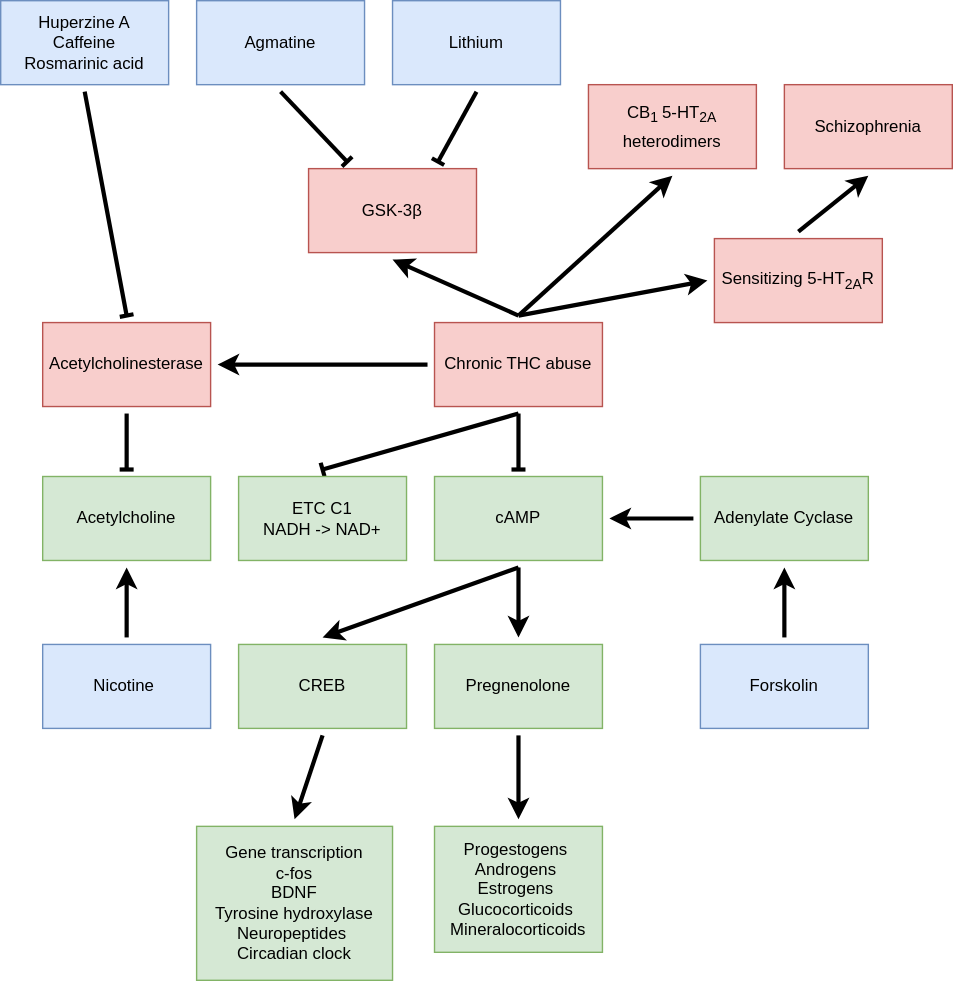
The draw.io diagram chronic-thc-chart.svg in deffins/testchart, before a commit. Source tidied: cells renumbered, new cells last; positions are measured from the earlier drawing's top-left corner, leaving out a move shared by most shapes.
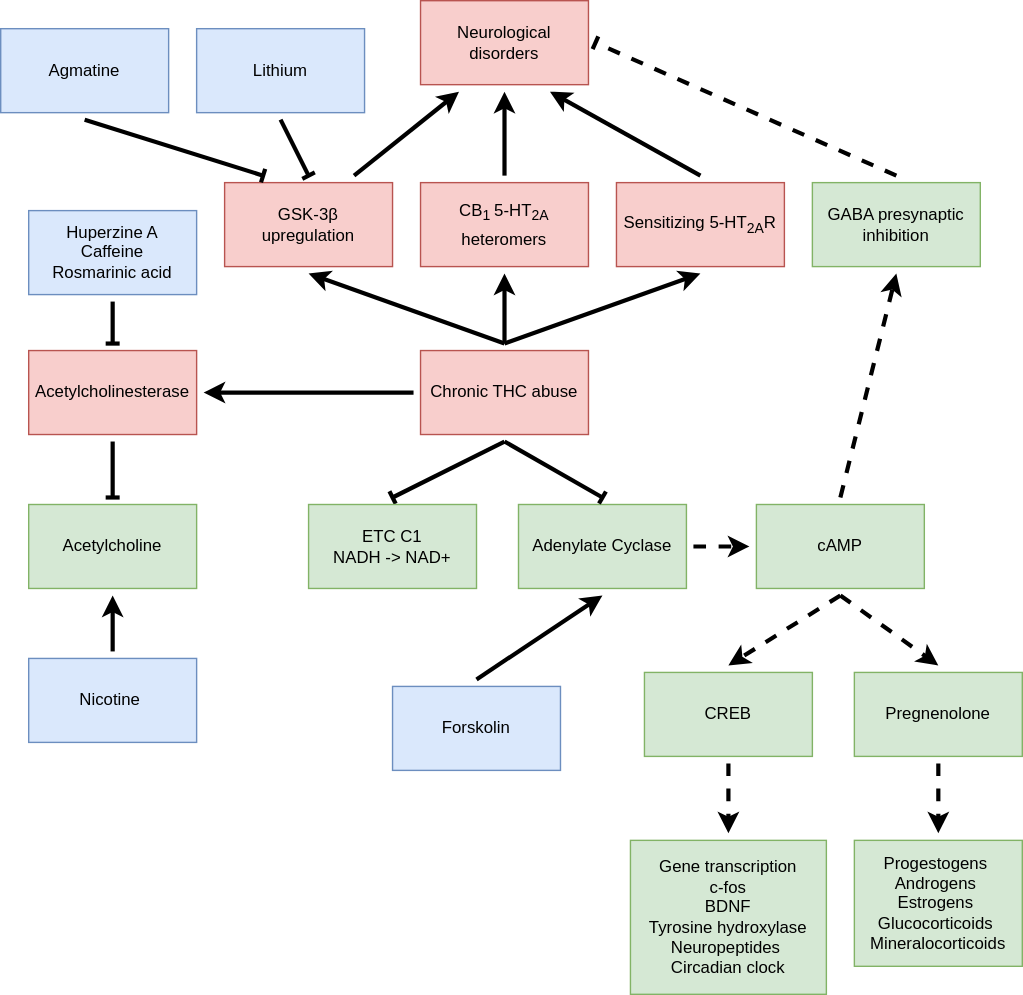
After the change.

The edit, as a diff of the source:
```diff
@@ -5,113 +5,128 @@
     <mxCell id="2" style="endArrow=baseDash;html=1;rounded=0;entryX=0.5;entryY=0;entryDx=0;entryDy=0;endFill=0;strokeWidth=3;strokeColor=#000000;exitX=0.5;exitY=1;exitDx=0;exitDy=0;" parent="1" edge="1" source="11" target="10">
       <mxGeometry relative="1" as="geometry" />
     </mxCell>
-    <mxCell id="3" style="endArrow=classic;html=1;rounded=0;strokeWidth=3;exitX=0.5;exitY=0;exitDx=0;exitDy=0;entryX=0;entryY=0.5;entryDx=0;entryDy=0;" parent="1" edge="1" source="11" target="12">
+    <mxCell id="3" style="endArrow=classic;html=1;rounded=0;strokeWidth=3;exitX=0.5;exitY=0;exitDx=0;exitDy=0;entryX=0.5;entryY=1;entryDx=0;entryDy=0;" parent="1" edge="1" source="11" target="12">
       <mxGeometry relative="1" as="geometry" />
     </mxCell>
-    <mxCell id="4" style="endArrow=classic;html=1;rounded=0;exitX=0.5;exitY=1;exitDx=0;exitDy=0;strokeWidth=3;entryX=0.5;entryY=0;entryDx=0;entryDy=0;" parent="1" edge="1" source="13" target="15">
+    <mxCell id="4" style="endArrow=classic;html=1;rounded=0;exitX=0.5;exitY=1;exitDx=0;exitDy=0;strokeWidth=3;entryX=0.5;entryY=0;entryDx=0;entryDy=0;dashed=1;" parent="1" edge="1" source="13" target="15">
       <mxGeometry relative="1" as="geometry" />
     </mxCell>
     <mxCell id="5" value="Progestogens &#10;Androgens &#10;Estrogens &#10;Glucocorticoids &#10;Mineralocorticoids" style="rounded=0;whiteSpace=wrap;html=1;perimeterSpacing=5;fillColor=#d5e8d4;strokeColor=#82b366;" parent="1" vertex="1">
-      <mxGeometry x="310" y="590" width="120" height="90" as="geometry" />
+      <mxGeometry x="600" y="590" width="120" height="90" as="geometry" />
     </mxCell>
-    <mxCell id="6" style="endArrow=classic;html=1;rounded=0;entryX=0.5;entryY=0;entryDx=0;entryDy=0;strokeWidth=3;exitX=0.5;exitY=1;exitDx=0;exitDy=0;" parent="1" edge="1" source="15" target="5">
+    <mxCell id="6" style="endArrow=classic;html=1;rounded=0;entryX=0.5;entryY=0;entryDx=0;entryDy=0;strokeWidth=3;exitX=0.5;exitY=1;exitDx=0;exitDy=0;dashed=1;" parent="1" edge="1" source="15" target="5">
       <mxGeometry relative="1" as="geometry" />
     </mxCell>
     <mxCell id="7" value="Adenylate Cyclase" style="rounded=0;whiteSpace=wrap;html=1;perimeterSpacing=5;fillColor=#d5e8d4;strokeColor=#82b366;" parent="1" vertex="1">
-      <mxGeometry x="500" y="340" width="120" height="60" as="geometry" />
+      <mxGeometry x="360" y="350" width="120" height="60" as="geometry" />
     </mxCell>
     <mxCell id="8" style="endArrow=classic;html=1;rounded=0;entryX=0.5;entryY=1;entryDx=0;entryDy=0;strokeWidth=3;exitX=0.5;exitY=0;exitDx=0;exitDy=0;" parent="1" edge="1" source="14" target="7">
       <mxGeometry relative="1" as="geometry" />
     </mxCell>
-    <mxCell id="9" style="endArrow=baseDash;html=1;rounded=0;strokeColor=#000000;strokeWidth=3;endFill=0;exitX=0.5;exitY=1;exitDx=0;exitDy=0;entryX=0.5;entryY=0;entryDx=0;entryDy=0;" parent="1" edge="1" source="11" target="13">
+    <mxCell id="9" style="endArrow=baseDash;html=1;rounded=0;strokeColor=#000000;strokeWidth=3;endFill=0;exitX=0.5;exitY=1;exitDx=0;exitDy=0;entryX=0.5;entryY=0;entryDx=0;entryDy=0;" parent="1" edge="1" source="11" target="7">
       <mxGeometry relative="1" as="geometry" />
     </mxCell>
     <mxCell id="10" value="ETC C1&lt;br&gt;NADH -&amp;gt; NAD+" style="rounded=0;whiteSpace=wrap;html=1;perimeterSpacing=5;fillColor=#d5e8d4;strokeColor=#82b366;" parent="1" vertex="1">
-      <mxGeometry x="170" y="340" width="120" height="60" as="geometry" />
+      <mxGeometry x="210" y="350" width="120" height="60" as="geometry" />
     </mxCell>
     <mxCell id="11" value="Chronic THC abuse" style="rounded=0;whiteSpace=wrap;html=1;perimeterSpacing=5;fillColor=#f8cecc;strokeColor=#b85450;" parent="1" vertex="1">
-      <mxGeometry x="310" y="230" width="120" height="60" as="geometry" />
+      <mxGeometry x="290" y="240" width="120" height="60" as="geometry" />
     </mxCell>
     <mxCell id="12" value="Sensitizing 5-HT&lt;sub&gt;2A&lt;/sub&gt;R" style="rounded=0;whiteSpace=wrap;html=1;perimeterSpacing=5;fillColor=#f8cecc;strokeColor=#b85450;" parent="1" vertex="1">
-      <mxGeometry x="510" y="170" width="120" height="60" as="geometry" />
+      <mxGeometry x="430" y="120" width="120" height="60" as="geometry" />
     </mxCell>
     <mxCell id="13" value="cAMP" style="rounded=0;whiteSpace=wrap;html=1;perimeterSpacing=5;fillColor=#d5e8d4;strokeColor=#82b366;" parent="1" vertex="1">
-      <mxGeometry x="310" y="340" width="120" height="60" as="geometry" />
+      <mxGeometry x="530" y="350" width="120" height="60" as="geometry" />
     </mxCell>
     <mxCell id="14" value="Forskolin" style="rounded=0;whiteSpace=wrap;html=1;perimeterSpacing=5;fillColor=#dae8fc;strokeColor=#6c8ebf;" parent="1" vertex="1">
-      <mxGeometry x="500" y="460" width="120" height="60" as="geometry" />
+      <mxGeometry x="270" y="480" width="120" height="60" as="geometry" />
     </mxCell>
     <mxCell id="15" value="Pregnenolone" style="rounded=0;whiteSpace=wrap;html=1;perimeterSpacing=5;fillColor=#d5e8d4;strokeColor=#82b366;" parent="1" vertex="1">
-      <mxGeometry x="310" y="460" width="120" height="60" as="geometry" />
+      <mxGeometry x="600" y="470" width="120" height="60" as="geometry" />
     </mxCell>
-    <mxCell id="16" value="CB&lt;sub&gt;1&amp;nbsp;&lt;/sub&gt;5-HT&lt;sub&gt;2A&lt;br&gt;&lt;font style=&quot;font-size: 12px;&quot;&gt;heterodimers&lt;/font&gt;&lt;br&gt;&lt;/sub&gt;" style="rounded=0;whiteSpace=wrap;html=1;perimeterSpacing=5;fillColor=#f8cecc;strokeColor=#b85450;" parent="1" vertex="1">
-      <mxGeometry x="420" y="60" width="120" height="60" as="geometry" />
+    <mxCell id="16" value="CB&lt;sub&gt;1&amp;nbsp;&lt;/sub&gt;5-HT&lt;sub&gt;2A&lt;br&gt;&lt;font style=&quot;font-size: 12px;&quot;&gt;heteromers&lt;/font&gt;&lt;br&gt;&lt;/sub&gt;" style="rounded=0;whiteSpace=wrap;html=1;perimeterSpacing=5;fillColor=#f8cecc;strokeColor=#b85450;" parent="1" vertex="1">
+      <mxGeometry x="290" y="120" width="120" height="60" as="geometry" />
     </mxCell>
     <mxCell id="17" style="endArrow=classic;html=1;rounded=0;strokeWidth=3;exitX=0.5;exitY=0;exitDx=0;exitDy=0;entryX=0.5;entryY=1;entryDx=0;entryDy=0;" parent="1" edge="1" source="11" target="16">
       <mxGeometry relative="1" as="geometry" />
     </mxCell>
-    <mxCell id="18" style="endArrow=classic;html=1;rounded=0;entryX=1;entryY=0.5;entryDx=0;entryDy=0;strokeWidth=3;exitX=0;exitY=0.5;exitDx=0;exitDy=0;" parent="1" edge="1" source="7" target="13">
+    <mxCell id="18" style="endArrow=classic;html=1;rounded=0;entryX=0;entryY=0.5;entryDx=0;entryDy=0;strokeWidth=3;exitX=1;exitY=0.5;exitDx=0;exitDy=0;dashed=1;" parent="1" edge="1" source="7" target="13">
       <mxGeometry relative="1" as="geometry" />
     </mxCell>
-    <mxCell id="19" value="GSK-3β" style="rounded=0;whiteSpace=wrap;html=1;perimeterSpacing=5;fillColor=#f8cecc;strokeColor=#b85450;" parent="1" vertex="1">
-      <mxGeometry x="220" y="120" width="120" height="60" as="geometry" />
+    <mxCell id="19" value="GSK-3β &lt;br&gt;upregulation" style="rounded=0;whiteSpace=wrap;html=1;perimeterSpacing=5;fillColor=#f8cecc;strokeColor=#b85450;" parent="1" vertex="1">
+      <mxGeometry x="150" y="120" width="120" height="60" as="geometry" />
     </mxCell>
     <mxCell id="20" style="endArrow=classic;html=1;rounded=0;strokeWidth=3;exitX=0.5;exitY=0;exitDx=0;exitDy=0;entryX=0.5;entryY=1;entryDx=0;entryDy=0;" parent="1" edge="1" source="11" target="19">
       <mxGeometry relative="1" as="geometry" />
     </mxCell>
     <mxCell id="21" value="Agmatine" style="rounded=0;whiteSpace=wrap;html=1;perimeterSpacing=5;fillColor=#dae8fc;strokeColor=#6c8ebf;" parent="1" vertex="1">
-      <mxGeometry x="140" width="120" height="60" as="geometry" />
+      <mxGeometry x="-10" y="10" width="120" height="60" as="geometry" />
     </mxCell>
     <mxCell id="22" style="endArrow=baseDash;html=1;rounded=0;endFill=0;strokeWidth=3;strokeColor=#000000;exitX=0.5;exitY=1;exitDx=0;exitDy=0;entryX=0.25;entryY=0;entryDx=0;entryDy=0;" parent="1" edge="1" source="21" target="19">
       <mxGeometry relative="1" as="geometry" />
     </mxCell>
     <mxCell id="23" value="Lithium" style="rounded=0;whiteSpace=wrap;html=1;perimeterSpacing=5;fillColor=#dae8fc;strokeColor=#6c8ebf;" parent="1" vertex="1">
-      <mxGeometry x="280" width="120" height="60" as="geometry" />
+      <mxGeometry x="130" y="10" width="120" height="60" as="geometry" />
     </mxCell>
-    <mxCell id="24" style="endArrow=baseDash;html=1;rounded=0;endFill=0;strokeWidth=3;strokeColor=#000000;exitX=0.5;exitY=1;exitDx=0;exitDy=0;entryX=0.75;entryY=0;entryDx=0;entryDy=0;" parent="1" edge="1" source="23" target="19">
+    <mxCell id="24" style="endArrow=baseDash;html=1;rounded=0;endFill=0;strokeWidth=3;strokeColor=#000000;exitX=0.5;exitY=1;exitDx=0;exitDy=0;entryX=0.5;entryY=0;entryDx=0;entryDy=0;" parent="1" edge="1" source="23" target="19">
       <mxGeometry relative="1" as="geometry" />
     </mxCell>
-    <mxCell id="25" value="Schizophrenia" style="rounded=0;whiteSpace=wrap;html=1;perimeterSpacing=5;fillColor=#f8cecc;strokeColor=#b85450;" parent="1" vertex="1">
-      <mxGeometry x="560" y="60" width="120" height="60" as="geometry" />
+    <mxCell id="25" value="Neurological disorders" style="rounded=0;whiteSpace=wrap;html=1;perimeterSpacing=5;fillColor=#f8cecc;strokeColor=#b85450;" parent="1" vertex="1">
+      <mxGeometry x="290" y="-10" width="120" height="60" as="geometry" />
     </mxCell>
-    <mxCell id="26" style="endArrow=classic;html=1;rounded=0;strokeWidth=3;exitX=0.5;exitY=0;exitDx=0;exitDy=0;entryX=0.5;entryY=1;entryDx=0;entryDy=0;" parent="1" edge="1" source="12" target="25">
+    <mxCell id="26" style="endArrow=classic;html=1;rounded=0;strokeWidth=3;exitX=0.5;exitY=0;exitDx=0;exitDy=0;entryX=0.75;entryY=1;entryDx=0;entryDy=0;" parent="1" edge="1" source="12" target="25">
       <mxGeometry relative="1" as="geometry" />
     </mxCell>
     <mxCell id="27" value="Acetylcholinesterase" style="rounded=0;whiteSpace=wrap;html=1;perimeterSpacing=5;fillColor=#f8cecc;strokeColor=#b85450;" parent="1" vertex="1">
-      <mxGeometry x="30" y="230" width="120" height="60" as="geometry" />
+      <mxGeometry x="10" y="240" width="120" height="60" as="geometry" />
     </mxCell>
     <mxCell id="28" style="endArrow=classic;html=1;rounded=0;entryX=1;entryY=0.5;entryDx=0;entryDy=0;strokeWidth=3;exitX=0;exitY=0.5;exitDx=0;exitDy=0;" parent="1" edge="1" source="11" target="27">
       <mxGeometry relative="1" as="geometry" />
     </mxCell>
     <mxCell id="29" value="Acetylcholine" style="rounded=0;whiteSpace=wrap;html=1;perimeterSpacing=5;fillColor=#d5e8d4;strokeColor=#82b366;" parent="1" vertex="1">
-      <mxGeometry x="30" y="340" width="120" height="60" as="geometry" />
+      <mxGeometry x="10" y="350" width="120" height="60" as="geometry" />
     </mxCell>
     <mxCell id="30" style="endArrow=baseDash;html=1;rounded=0;entryX=0.5;entryY=0;entryDx=0;entryDy=0;endFill=0;strokeWidth=3;strokeColor=#000000;exitX=0.5;exitY=1;exitDx=0;exitDy=0;" parent="1" edge="1" source="27" target="29">
       <mxGeometry relative="1" as="geometry" />
     </mxCell>
     <mxCell id="31" value="Huperzine A&lt;br&gt;Caffeine &lt;br&gt;Rosmarinic acid" style="rounded=0;whiteSpace=wrap;html=1;perimeterSpacing=5;fillColor=#dae8fc;strokeColor=#6c8ebf;" parent="1" vertex="1">
-      <mxGeometry width="120" height="60" as="geometry" />
+      <mxGeometry x="10" y="140" width="120" height="60" as="geometry" />
     </mxCell>
     <mxCell id="32" style="endArrow=baseDash;html=1;rounded=0;entryX=0.5;entryY=0;entryDx=0;entryDy=0;endFill=0;strokeWidth=3;strokeColor=#000000;exitX=0.5;exitY=1;exitDx=0;exitDy=0;" parent="1" edge="1" source="31" target="27">
       <mxGeometry relative="1" as="geometry" />
     </mxCell>
     <mxCell id="33" value="Nicotine&amp;nbsp;" style="rounded=0;whiteSpace=wrap;html=1;perimeterSpacing=5;fillColor=#dae8fc;strokeColor=#6c8ebf;" parent="1" vertex="1">
-      <mxGeometry x="30" y="460" width="120" height="60" as="geometry" />
+      <mxGeometry x="10" y="460" width="120" height="60" as="geometry" />
     </mxCell>
     <mxCell id="34" style="endArrow=classic;html=1;rounded=0;strokeWidth=3;exitX=0.5;exitY=0;exitDx=0;exitDy=0;entryX=0.5;entryY=1;entryDx=0;entryDy=0;" parent="1" edge="1" source="33" target="29">
       <mxGeometry relative="1" as="geometry" />
     </mxCell>
     <mxCell id="35" value="CREB" style="rounded=0;whiteSpace=wrap;html=1;perimeterSpacing=5;fillColor=#d5e8d4;strokeColor=#82b366;" parent="1" vertex="1">
-      <mxGeometry x="170" y="460" width="120" height="60" as="geometry" />
+      <mxGeometry x="450" y="470" width="120" height="60" as="geometry" />
     </mxCell>
-    <mxCell id="36" style="endArrow=classic;html=1;rounded=0;strokeWidth=3;entryX=0.5;entryY=0;entryDx=0;entryDy=0;exitX=0.5;exitY=1;exitDx=0;exitDy=0;" parent="1" edge="1" source="13" target="35">
+    <mxCell id="36" style="endArrow=classic;html=1;rounded=0;strokeWidth=3;entryX=0.5;entryY=0;entryDx=0;entryDy=0;exitX=0.5;exitY=1;exitDx=0;exitDy=0;dashed=1;" parent="1" edge="1" source="13" target="35">
       <mxGeometry relative="1" as="geometry" />
     </mxCell>
     <mxCell id="37" value="&lt;div&gt;Gene transcription&lt;/div&gt;&lt;div&gt;c-fos&lt;/div&gt;&lt;div&gt;BDNF&lt;/div&gt;&lt;div&gt;Tyrosine hydroxylase&lt;/div&gt;&lt;div&gt;Neuropeptides&amp;nbsp;&lt;/div&gt;&lt;div&gt;Circadian clock&lt;/div&gt;" style="rounded=0;whiteSpace=wrap;html=1;perimeterSpacing=5;fillColor=#d5e8d4;strokeColor=#82b366;" parent="1" vertex="1">
-      <mxGeometry x="140" y="590" width="140" height="110" as="geometry" />
+      <mxGeometry x="440" y="590" width="140" height="110" as="geometry" />
     </mxCell>
-    <mxCell id="38" style="endArrow=classic;html=1;rounded=0;strokeWidth=3;entryX=0.5;entryY=0;entryDx=0;entryDy=0;exitX=0.5;exitY=1;exitDx=0;exitDy=0;" parent="1" edge="1" source="35" target="37">
+    <mxCell id="38" style="endArrow=classic;html=1;rounded=0;strokeWidth=3;entryX=0.5;entryY=0;entryDx=0;entryDy=0;exitX=0.5;exitY=1;exitDx=0;exitDy=0;dashed=1;" parent="1" edge="1" source="35" target="37">
       <mxGeometry relative="1" as="geometry" />
     </mxCell>
+    <mxCell id="39" value="GABA presynaptic inhibition" style="rounded=0;whiteSpace=wrap;html=1;perimeterSpacing=5;fillColor=#d5e8d4;strokeColor=#82b366;" parent="1" vertex="1">
+      <mxGeometry x="570" y="120" width="120" height="60" as="geometry" />
+    </mxCell>
+    <mxCell id="40" style="endArrow=classic;html=1;rounded=0;strokeWidth=3;entryX=0.5;entryY=1;entryDx=0;entryDy=0;dashed=1;exitX=0.5;exitY=0;exitDx=0;exitDy=0;" parent="1" edge="1" source="13" target="39">
+      <mxGeometry relative="1" as="geometry" />
+    </mxCell>
+    <mxCell id="41" style="endArrow=baseDash;html=1;rounded=0;strokeWidth=3;exitX=0.5;exitY=0;exitDx=0;exitDy=0;entryX=1;entryY=0.5;entryDx=0;entryDy=0;endFill=0;dashed=1;" parent="1" edge="1" source="39" target="25">
+      <mxGeometry relative="1" as="geometry" />
+    </mxCell>
+    <mxCell id="42" style="endArrow=classic;html=1;rounded=0;strokeWidth=3;exitX=0.5;exitY=0;exitDx=0;exitDy=0;entryX=0.5;entryY=1;entryDx=0;entryDy=0;" parent="1" edge="1" source="16" target="25">
+      <mxGeometry relative="1" as="geometry" />
+    </mxCell>
+    <mxCell id="43" style="endArrow=classic;html=1;rounded=0;strokeWidth=3;exitX=0.75;exitY=0;exitDx=0;exitDy=0;entryX=0.25;entryY=1;entryDx=0;entryDy=0;" parent="1" edge="1" source="19" target="25">
+      <mxGeometry relative="1" as="geometry" />
+    </mxCell>
   </root>
 </mxGraphModel>
```
